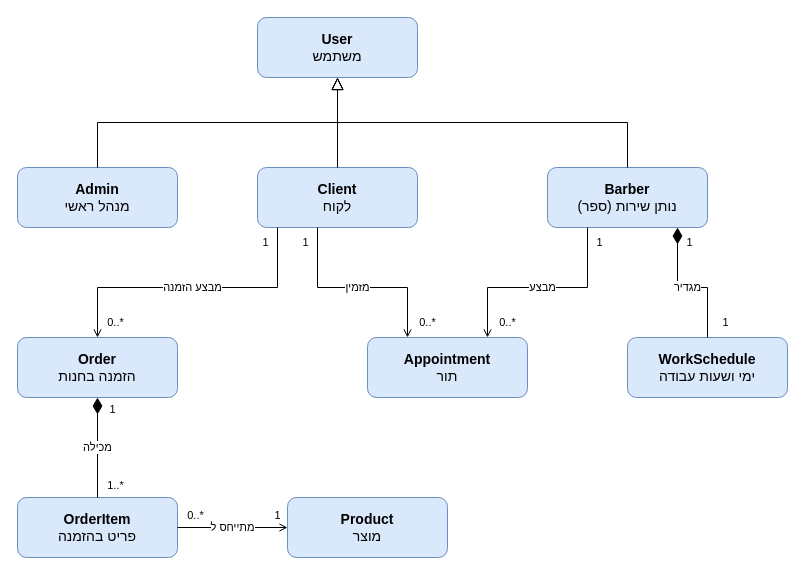
The draw.io diagram diagrams/PDOM-concept.drawio in arielkaplan20/project_Golden_Hair_Salon, before the edit. Source tidied: cells renumbered, new cells numbered last; positions are measured from the earlier drawing's top-left corner, leaving out a move shared by most shapes. Both pictures are drawn from the tidied source at 100%, with x=0, y=0 at pixel (17, 17).
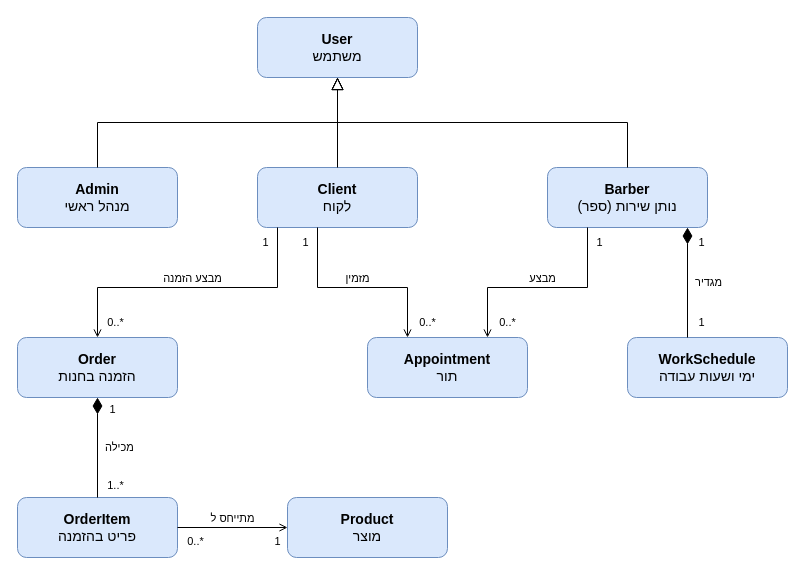
After the change.

Unchanged cells that the change refers to:
```xml
<mxCell id="4" value="Client&lt;br&gt;&lt;span style='font-weight:normal'&gt;לקוח&lt;/span&gt;" style="rounded=1;whiteSpace=wrap;html=1;fillColor=#dae8fc;strokeColor=#6c8ebf;fontSize=14;fontStyle=1;" parent="1" vertex="1">
  <mxGeometry x="240" y="150" width="160" height="60" as="geometry" />
</mxCell>
<mxCell id="5" value="Barber&lt;br&gt;&lt;span style='font-weight:normal'&gt;נותן שירות (ספר)&lt;/span&gt;" style="rounded=1;whiteSpace=wrap;html=1;fillColor=#dae8fc;strokeColor=#6c8ebf;fontSize=14;fontStyle=1;" parent="1" vertex="1">
  <mxGeometry x="530" y="150" width="160" height="60" as="geometry" />
</mxCell>
<mxCell id="6" value="Order&lt;br&gt;&lt;span style='font-weight:normal'&gt;הזמנה בחנות&lt;/span&gt;" style="rounded=1;whiteSpace=wrap;html=1;fillColor=#dae8fc;strokeColor=#6c8ebf;fontSize=14;fontStyle=1;" parent="1" vertex="1">
  <mxGeometry y="320" width="160" height="60" as="geometry" />
</mxCell>
<mxCell id="7" value="Appointment&lt;br&gt;&lt;span style='font-weight:normal'&gt;תור&lt;/span&gt;" style="rounded=1;whiteSpace=wrap;html=1;fillColor=#dae8fc;strokeColor=#6c8ebf;fontSize=14;fontStyle=1;" parent="1" vertex="1">
  <mxGeometry x="350" y="320" width="160" height="60" as="geometry" />
</mxCell>
<mxCell id="8" value="WorkSchedule&lt;br&gt;&lt;span style='font-weight:normal'&gt;ימי ושעות עבודה&lt;/span&gt;" style="rounded=1;whiteSpace=wrap;html=1;fillColor=#dae8fc;strokeColor=#6c8ebf;fontSize=14;fontStyle=1;" parent="1" vertex="1">
  <mxGeometry x="610" y="320" width="160" height="60" as="geometry" />
</mxCell>
<mxCell id="9" value="OrderItem&lt;br&gt;&lt;span style='font-weight:normal'&gt;פריט בהזמנה&lt;/span&gt;" style="rounded=1;whiteSpace=wrap;html=1;fillColor=#dae8fc;strokeColor=#6c8ebf;fontSize=14;fontStyle=1;" parent="1" vertex="1">
  <mxGeometry y="480" width="160" height="60" as="geometry" />
</mxCell>
<mxCell id="10" value="Product&lt;br&gt;&lt;span style='font-weight:normal'&gt;מוצר&lt;/span&gt;" style="rounded=1;whiteSpace=wrap;html=1;fillColor=#dae8fc;strokeColor=#6c8ebf;fontSize=14;fontStyle=1;" parent="1" vertex="1">
  <mxGeometry x="270" y="480" width="160" height="60" as="geometry" />
</mxCell>
```

What changed in the source:
```diff
@@
-    <mxCell id="14" value="מזמין" style="endArrow=open;endFill=0;html=1;rounded=0;labelBackgroundColor=#ffffff;exitX=0.375;exitY=1;entryX=0.25;entryY=0;" parent="1" edge="1" source="4" target="7">
+    <mxCell id="14" value="מזמין" style="endArrow=open;endFill=0;html=1;rounded=0;labelBackgroundColor=#ffffff;exitX=0.375;exitY=1;entryX=0.25;entryY=0;verticalAlign=bottom;labelBackgroundColor=none;" parent="1" edge="1" source="4" target="7">
       <mxGeometry relative="1" as="geometry">
         <Array as="points">
           <mxPoint x="300" y="270" />
           <mxPoint x="390" y="270" />
         </Array>
       </mxGeometry>
     </mxCell>
@@
-    <mxCell id="17" value="מבצע" style="endArrow=open;endFill=0;html=1;rounded=0;labelBackgroundColor=#ffffff;exitX=0.25;exitY=1;entryX=0.75;entryY=0;" parent="1" edge="1" source="5" target="7">
+    <mxCell id="17" value="מבצע" style="endArrow=open;endFill=0;html=1;rounded=0;labelBackgroundColor=#ffffff;exitX=0.25;exitY=1;entryX=0.75;entryY=0;verticalAlign=bottom;labelBackgroundColor=none;" parent="1" edge="1" source="5" target="7">
       <mxGeometry relative="1" as="geometry">
         <Array as="points">
           <mxPoint x="570" y="270" />
           <mxPoint x="470" y="270" />
         </Array>
       </mxGeometry>
     </mxCell>
@@
-    <mxCell id="20" value="מגדיר" style="endArrow=none;startArrow=diamondThin;startFill=1;startSize=14;html=1;rounded=0;labelBackgroundColor=#ffffff;exitX=0.8125;exitY=1;entryX=0.5;entryY=0;" parent="1" edge="1" source="5" target="8">
-      <mxGeometry relative="1" as="geometry">
-        <Array as="points">
-          <mxPoint x="660" y="270" />
-          <mxPoint x="690" y="270" />
-        </Array>
-      </mxGeometry>
+    <mxCell id="20" value="מגדיר" style="endArrow=none;startArrow=diamondThin;startFill=1;startSize=14;html=1;rounded=0;labelBackgroundColor=#ffffff;exitX=0.875;exitY=1;entryX=0.375;entryY=0;align=left;spacingLeft=6;labelBackgroundColor=none;" parent="1" edge="1" source="5" target="8">
+      <mxGeometry relative="1" as="geometry" />
     </mxCell>
     <mxCell id="21" value="1" style="text;html=1;align=center;verticalAlign=middle;fillColor=none;strokeColor=none;fontSize=11;" parent="1" vertex="1">
-      <mxGeometry x="652" y="215" width="40" height="20" as="geometry" />
+      <mxGeometry x="664" y="215" width="40" height="20" as="geometry" />
     </mxCell>
     <mxCell id="22" value="1" style="text;html=1;align=center;verticalAlign=middle;fillColor=none;strokeColor=none;fontSize=11;" parent="1" vertex="1">
-      <mxGeometry x="688" y="295" width="40" height="20" as="geometry" />
+      <mxGeometry x="664" y="295" width="40" height="20" as="geometry" />
     </mxCell>
-    <mxCell id="23" value="מבצע הזמנה" style="endArrow=open;endFill=0;html=1;rounded=0;labelBackgroundColor=#ffffff;exitX=0.125;exitY=1;entryX=0.5;entryY=0;" parent="1" edge="1" source="4" target="6">
+    <mxCell id="23" value="מבצע הזמנה" style="endArrow=open;endFill=0;html=1;rounded=0;labelBackgroundColor=#ffffff;exitX=0.125;exitY=1;entryX=0.5;entryY=0;verticalAlign=bottom;labelBackgroundColor=none;" parent="1" edge="1" source="4" target="6">
       <mxGeometry relative="1" as="geometry">
         <Array as="points">
           <mxPoint x="260" y="270" />
           <mxPoint x="80" y="270" />
         </Array>
       </mxGeometry>
     </mxCell>
@@
-    <mxCell id="26" value="מכילה" style="endArrow=none;startArrow=diamondThin;startFill=1;startSize=14;html=1;rounded=0;labelBackgroundColor=#ffffff;exitX=0.5;exitY=1;entryX=0.5;entryY=0;" parent="1" edge="1" source="6" target="9">
+    <mxCell id="26" value="מכילה" style="endArrow=none;startArrow=diamondThin;startFill=1;startSize=14;html=1;rounded=0;labelBackgroundColor=#ffffff;exitX=0.5;exitY=1;entryX=0.5;entryY=0;align=left;spacingLeft=6;labelBackgroundColor=none;" parent="1" edge="1" source="6" target="9">
       <mxGeometry relative="1" as="geometry" />
     </mxCell>
@@
-    <mxCell id="29" value="מתייחס ל" style="endArrow=open;endFill=0;html=1;rounded=0;labelBackgroundColor=#ffffff;exitX=1;exitY=0.5;entryX=0;entryY=0.5;" parent="1" edge="1" source="9" target="10">
+    <mxCell id="29" value="מתייחס ל" style="endArrow=open;endFill=0;html=1;rounded=0;labelBackgroundColor=#ffffff;exitX=1;exitY=0.5;entryX=0;entryY=0.5;verticalAlign=bottom;labelBackgroundColor=none;" parent="1" edge="1" source="9" target="10">
       <mxGeometry relative="1" as="geometry" />
     </mxCell>
     <mxCell id="30" value="0..*" style="text;html=1;align=center;verticalAlign=middle;fillColor=none;strokeColor=none;fontSize=11;" parent="1" vertex="1">
-      <mxGeometry x="158" y="488" width="40" height="20" as="geometry" />
+      <mxGeometry x="158" y="514" width="40" height="20" as="geometry" />
     </mxCell>
     <mxCell id="31" value="1" style="text;html=1;align=center;verticalAlign=middle;fillColor=none;strokeColor=none;fontSize=11;" parent="1" vertex="1">
-      <mxGeometry x="240" y="488" width="40" height="20" as="geometry" />
+      <mxGeometry x="240" y="514" width="40" height="20" as="geometry" />
     </mxCell>
```
